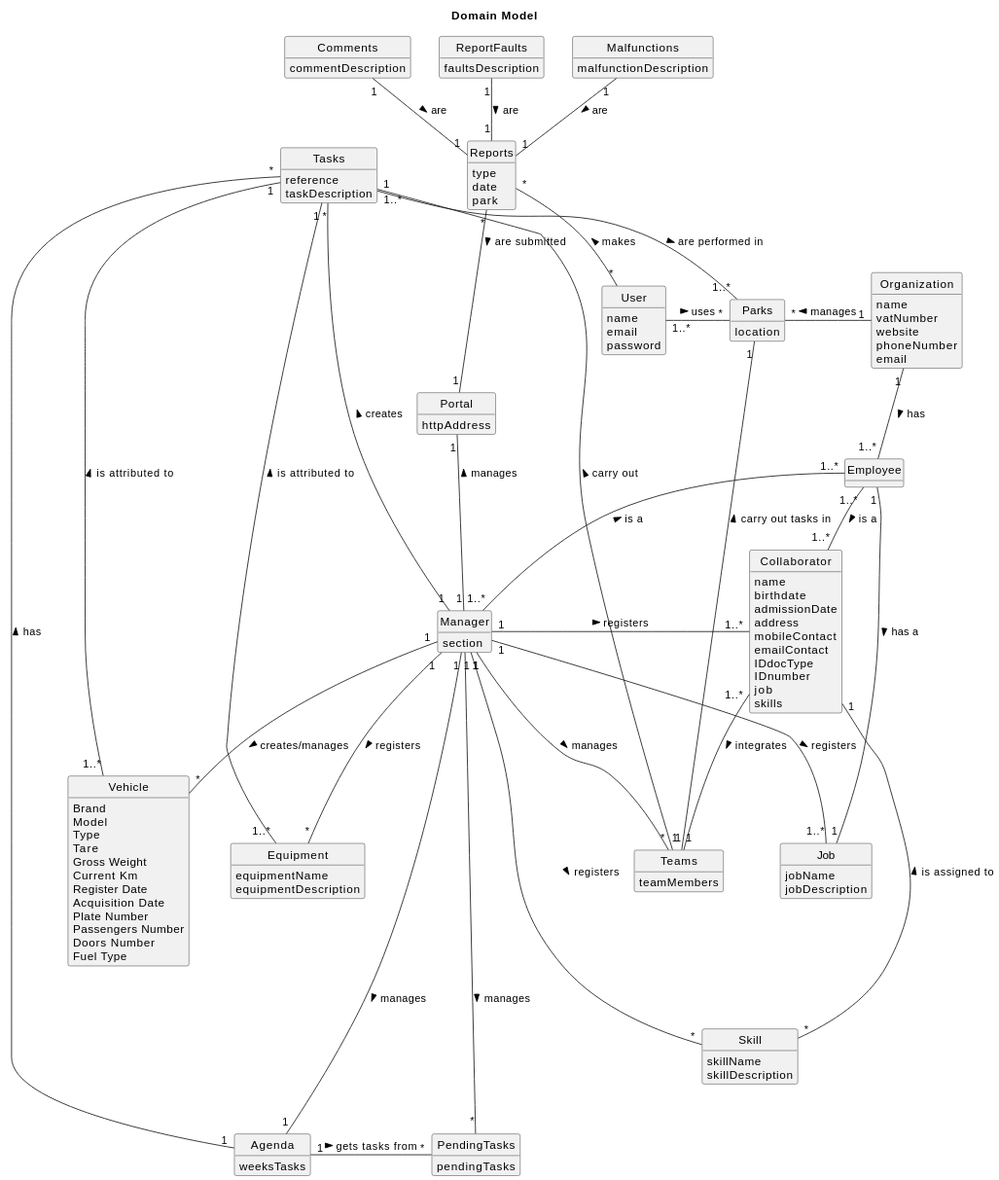
Before: docs/sprintA/global-artifacts/02.analysis/svg/project-domain-model.svg, a diagram exported from PlantUML (Paulo-Pereira-at-ISEP/lei-24-s2-1nanb-g321).
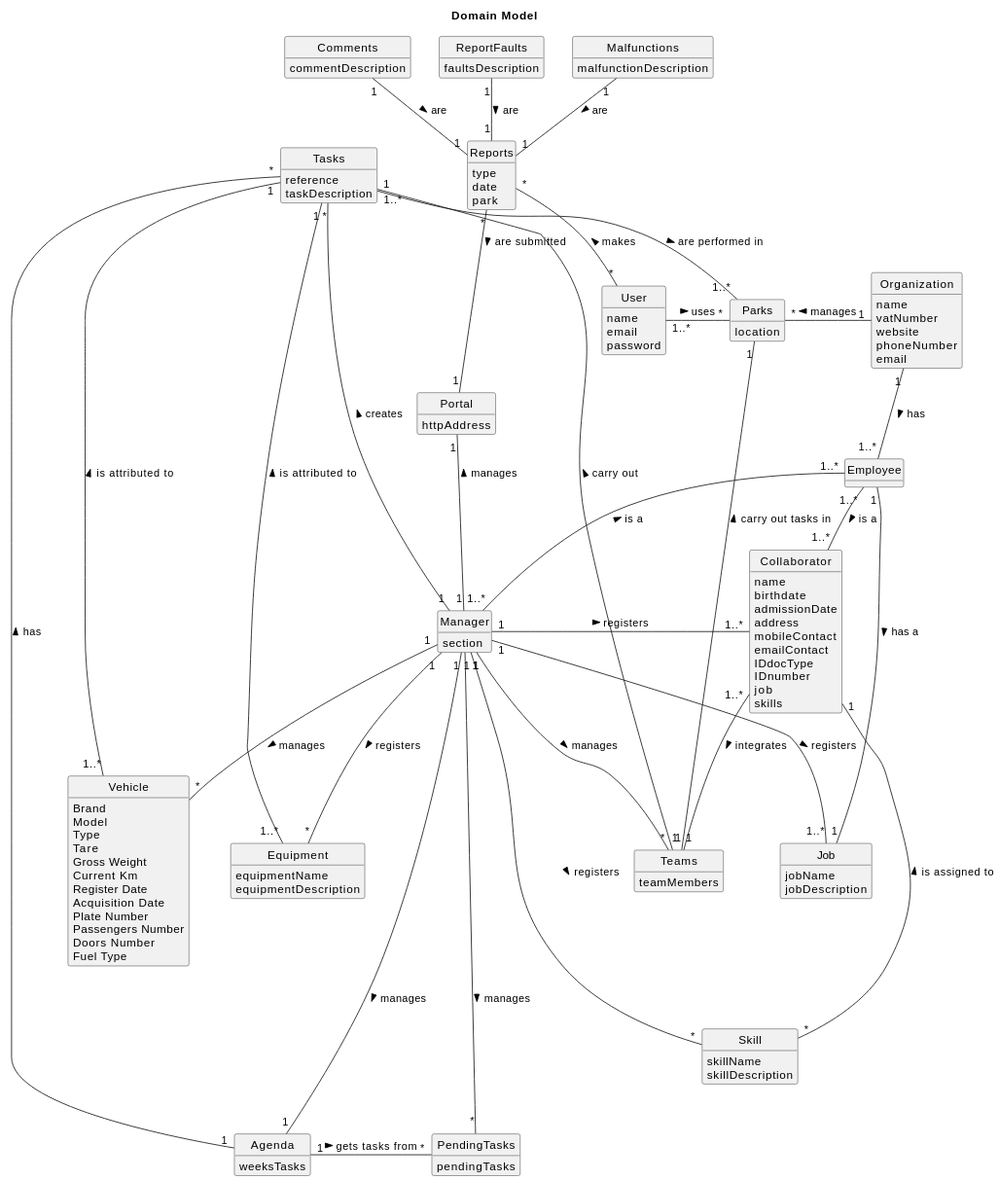
Above is the later version.

Commit message:
LGGPM-19 - Sprint A - Global Artefacts - domain model update

What changed in the source:
```diff
@@ -133,7 +133,7 @@
 Manager "1" ---- "1" Agenda: manages >
 Manager "1" ---- "*" PendingTasks: manages >
 Manager "1" -- "*" Equipment: registers >
-Manager "1" -- "*" Vehicle: creates/manages >
+Manager "1" -- "*" Vehicle: manages >
 Manager "1" --left "*" Tasks: creates >
 Manager "1" -- "*" Teams: manages >
 
```
